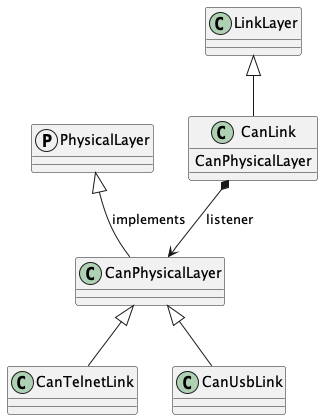
Before: Sources/OpenlcbLibrary/Documentation.docc/LinkClasses.png, a diagram exported from PlantUML (bobjacobsen/OpenlcbLibrary). Its diagram source:
```plantuml
@startuml

protocol PhysicalLayer
PhysicalLayer <|-- CanPhysicalLayer : implements
CanPhysicalLayer <|-- CanTelnetLink
CanPhysicalLayer <|-- CanUsbLink

class LinkLayer
LinkLayer <|-- CanLink

CanLink *--> CanPhysicalLayer : listener
CanLink : CanPhysicalLayer

@enduml
```
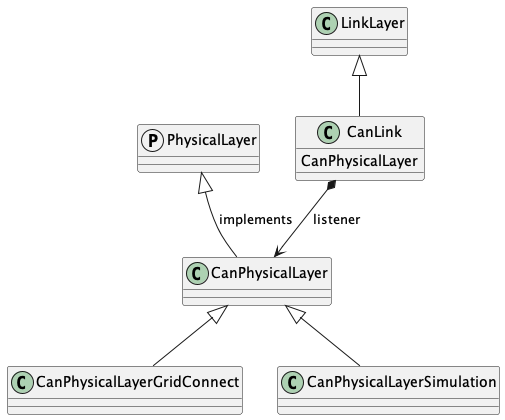
The same diagram one commit later.

The edit, as a diff of the source:
```diff
@@ -2,8 +2,8 @@
 
 protocol PhysicalLayer
 PhysicalLayer <|-- CanPhysicalLayer : implements
-CanPhysicalLayer <|-- CanTelnetLink
-CanPhysicalLayer <|-- CanUsbLink
+CanPhysicalLayer <|-- CanPhysicalLayerGridConnect
+CanPhysicalLayer <|-- CanPhysicalLayerSimulation
 
 class LinkLayer
 LinkLayer <|-- CanLink
```
